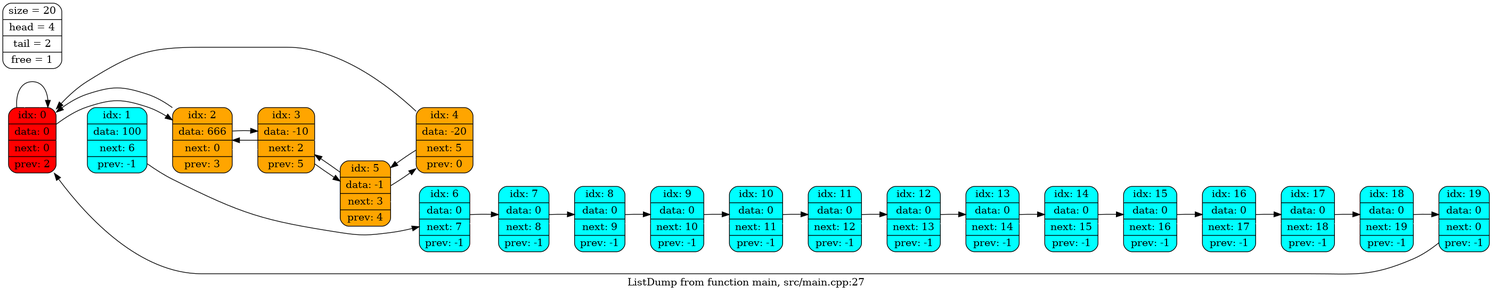
Above: dump.png in victorbaldin56/list (Graphviz), before the change. Its source is kept beside it as dump.dot.
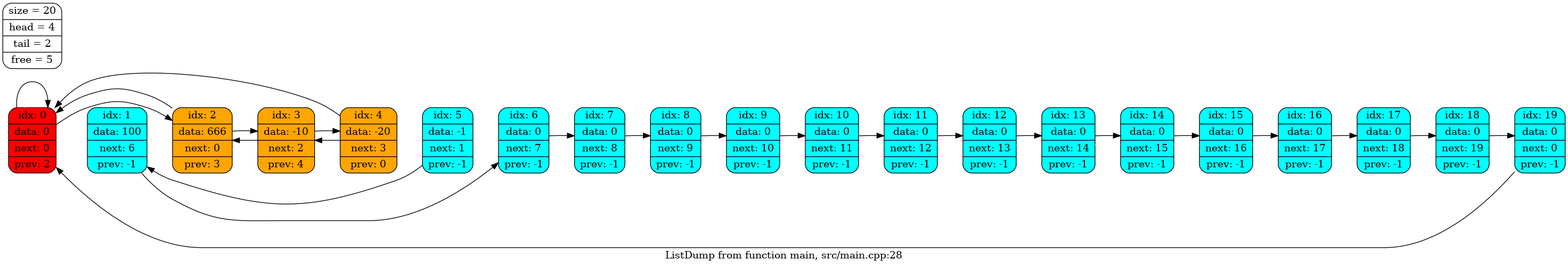
After the commit.

What changed in the source:
```diff
@@ -5,9 +5,9 @@
 	0 [shape = Mrecord, style = filled, fillcolor = red, label = "idx: 0 | data: 0 | next: 0 | prev: 2"];
 	1 [shape = Mrecord, style = filled, fillcolor = cyan, label = "idx: 1 | data: 100 | next: 6 | prev: -1"];
 	2 [shape = Mrecord, style = filled, fillcolor = orange, label = "idx: 2 | data: 666 | next: 0 | prev: 3"];
-	3 [shape = Mrecord, style = filled, fillcolor = orange, label = "idx: 3 | data: -10 | next: 2 | prev: 5"];
-	4 [shape = Mrecord, style = filled, fillcolor = orange, label = "idx: 4 | data: -20 | next: 5 | prev: 0"];
-	5 [shape = Mrecord, style = filled, fillcolor = orange, label = "idx: 5 | data: -1 | next: 3 | prev: 4"];
+	3 [shape = Mrecord, style = filled, fillcolor = orange, label = "idx: 3 | data: -10 | next: 2 | prev: 4"];
+	4 [shape = Mrecord, style = filled, fillcolor = orange, label = "idx: 4 | data: -20 | next: 3 | prev: 0"];
+	5 [shape = Mrecord, style = filled, fillcolor = cyan, label = "idx: 5 | data: -1 | next: 1 | prev: -1"];
 	6 [shape = Mrecord, style = filled, fillcolor = cyan, label = "idx: 6 | data: 0 | next: 7 | prev: -1"];
 	7 [shape = Mrecord, style = filled, fillcolor = cyan, label = "idx: 7 | data: 0 | next: 8 | prev: -1"];
 	8 [shape = Mrecord, style = filled, fillcolor = cyan, label = "idx: 8 | data: 0 | next: 9 | prev: -1"];
@@ -26,8 +26,8 @@
 	1 -> 6;
 	2 -> 0;
 	3 -> 2;
-	4 -> 5;
-	5 -> 3;
+	4 -> 3;
+	5 -> 1;
 	6 -> 7;
 	7 -> 8;
 	8 -> 9;
@@ -44,8 +44,7 @@
 	19 -> 0;
 	0 -> 2;
 	2 -> 3;
-	3 -> 5;
+	3 -> 4;
 	4 -> 0;
-	5 -> 4;
-	label = "ListDump from function main, src/main.cpp:27";
-All[shape = Mrecord, label = "size = 20 | head = 4 | tail = 2 | free = 1"];}
+	label = "ListDump from function main, src/main.cpp:28";
+All[shape = Mrecord, label = "size = 20 | head = 4 | tail = 2 | free = 5"];}
```
